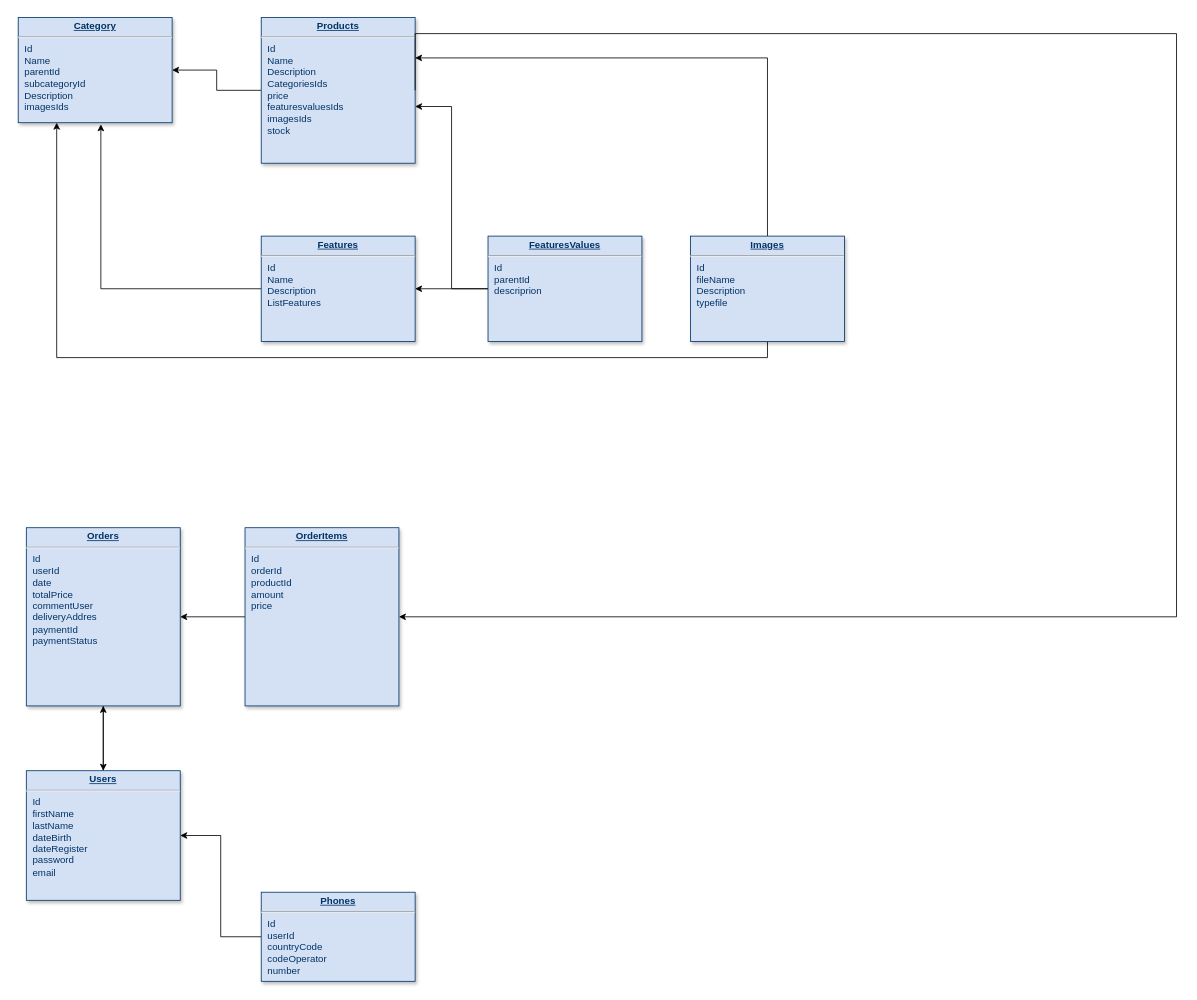
The draw.io diagram Untitled Diagram.drawio in agarheim/php903, before the edit. Source tidied: cells renumbered, new cells numbered last; positions are measured from the earlier drawing's top-left corner, leaving out a move shared by most shapes. Both pictures are drawn from the tidied source at 81%, with x=0, y=0 at pixel (18, 17).
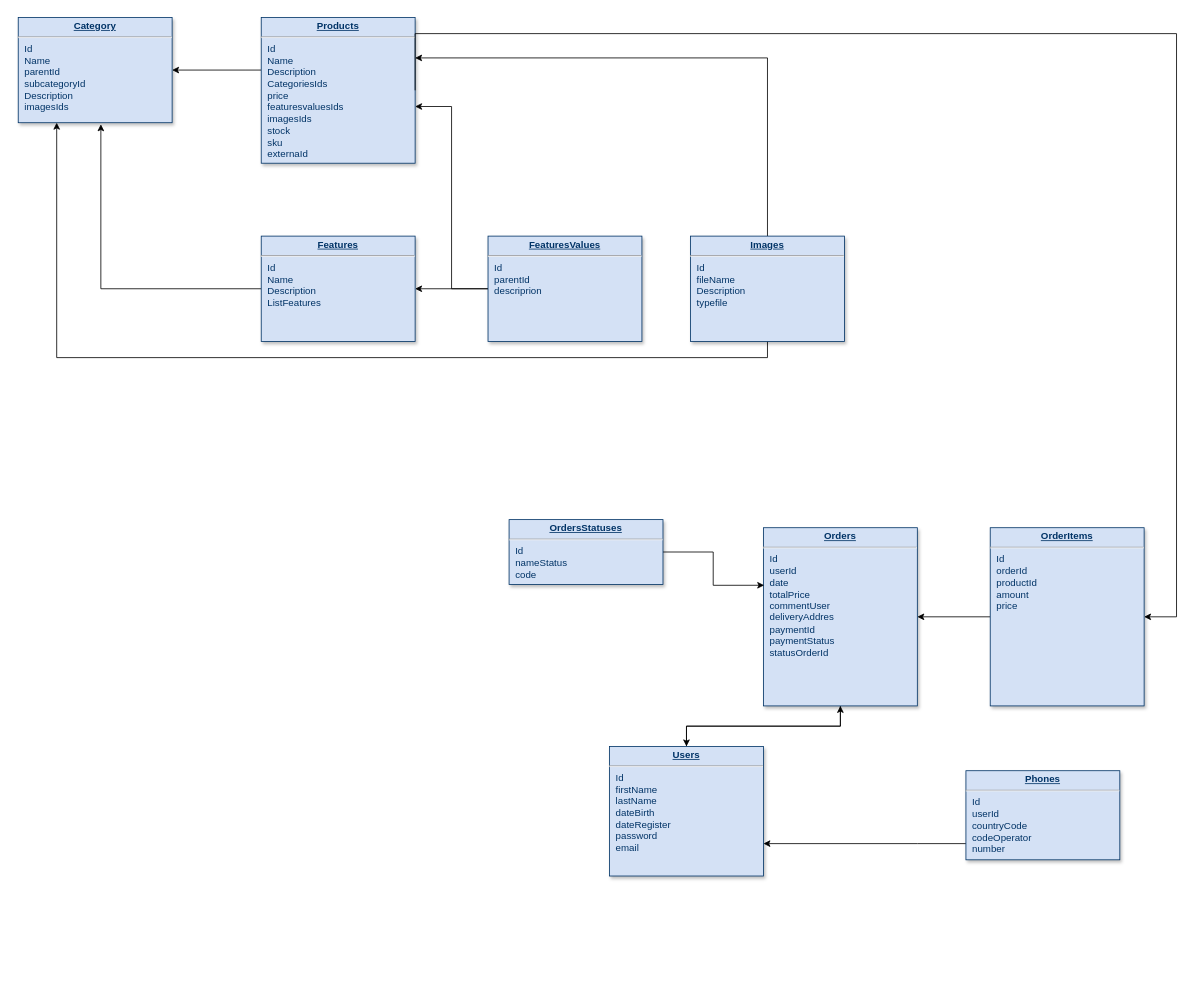
The same page after the edit.

The change refers to these unchanged cells:
```xml
<mxCell id="2" value="&lt;p style=&quot;margin: 0px; margin-top: 4px; text-align: center; text-decoration: underline;&quot;&gt;&lt;strong&gt;Category&lt;/strong&gt;&lt;/p&gt;&lt;hr&gt;&lt;p style=&quot;margin: 0px; margin-left: 8px;&quot;&gt;Id&lt;/p&gt;&lt;p style=&quot;margin: 0px; margin-left: 8px;&quot;&gt;Name&lt;/p&gt;&lt;p style=&quot;margin: 0px; margin-left: 8px;&quot;&gt;parentId&lt;/p&gt;&lt;p style=&quot;margin: 0px; margin-left: 8px;&quot;&gt;subcategoryId&lt;/p&gt;&lt;p style=&quot;margin: 0px; margin-left: 8px;&quot;&gt;Description&lt;/p&gt;&lt;p style=&quot;margin: 0px; margin-left: 8px;&quot;&gt;imagesIds&lt;/p&gt;" style="verticalAlign=top;align=left;overflow=fill;fontSize=12;fontFamily=Helvetica;html=1;strokeColor=#003366;shadow=1;fillColor=#D4E1F5;fontColor=#003366;direction=south;" parent="1" vertex="1">
  <mxGeometry width="190" height="130" as="geometry" />
</mxCell>
```

The edit, as a diff of the source:
```diff
@@
     <mxCell id="3" style="edgeStyle=orthogonalEdgeStyle;rounded=0;jettySize=auto;html=1;" parent="1" edge="1" source="5" target="2">
-      <mxGeometry relative="1" as="geometry" />
+      <mxGeometry relative="1" as="geometry">
+        <Array as="points">
+          <mxPoint x="280" y="65" />
+          <mxPoint x="280" y="65" />
+        </Array>
+      </mxGeometry>
     </mxCell>
@@
-    <mxCell id="5" value="&lt;p style=&quot;margin: 0px; margin-top: 4px; text-align: center; text-decoration: underline;&quot;&gt;&lt;b&gt;Products&lt;/b&gt;&lt;/p&gt;&lt;hr&gt;&lt;p style=&quot;margin: 0px; margin-left: 8px;&quot;&gt;Id&lt;/p&gt;&lt;p style=&quot;margin: 0px; margin-left: 8px;&quot;&gt;Name&lt;/p&gt;&lt;p style=&quot;margin: 0px; margin-left: 8px;&quot;&gt;&lt;span style=&quot;background-color: initial;&quot;&gt;Description&lt;/span&gt;&lt;br&gt;&lt;/p&gt;&lt;p style=&quot;margin: 0px; margin-left: 8px;&quot;&gt;CategoriesIds&lt;/p&gt;&lt;p style=&quot;margin: 0px; margin-left: 8px;&quot;&gt;price&lt;/p&gt;&lt;p style=&quot;margin: 0px; margin-left: 8px;&quot;&gt;featuresvaluesIds&lt;/p&gt;&lt;p style=&quot;margin: 0px; margin-left: 8px;&quot;&gt;imagesIds&lt;/p&gt;&lt;p style=&quot;margin: 0px; margin-left: 8px;&quot;&gt;stock&lt;/p&gt;&lt;p style=&quot;margin: 0px; margin-left: 8px;&quot;&gt;&lt;br&gt;&lt;/p&gt;&lt;p style=&quot;margin: 0px; margin-left: 8px;&quot;&gt;&lt;br&gt;&lt;/p&gt;" style="verticalAlign=top;align=left;overflow=fill;fontSize=12;fontFamily=Helvetica;html=1;strokeColor=#003366;shadow=1;fillColor=#D4E1F5;fontColor=#003366;direction=south;" parent="1" vertex="1">
+    <mxCell id="5" value="&lt;p style=&quot;margin: 0px; margin-top: 4px; text-align: center; text-decoration: underline;&quot;&gt;&lt;b&gt;Products&lt;/b&gt;&lt;/p&gt;&lt;hr&gt;&lt;p style=&quot;margin: 0px; margin-left: 8px;&quot;&gt;Id&lt;/p&gt;&lt;p style=&quot;margin: 0px; margin-left: 8px;&quot;&gt;Name&lt;/p&gt;&lt;p style=&quot;margin: 0px; margin-left: 8px;&quot;&gt;&lt;span style=&quot;background-color: initial;&quot;&gt;Description&lt;/span&gt;&lt;br&gt;&lt;/p&gt;&lt;p style=&quot;margin: 0px; margin-left: 8px;&quot;&gt;CategoriesIds&lt;/p&gt;&lt;p style=&quot;margin: 0px; margin-left: 8px;&quot;&gt;price&lt;/p&gt;&lt;p style=&quot;margin: 0px; margin-left: 8px;&quot;&gt;featuresvaluesIds&lt;/p&gt;&lt;p style=&quot;margin: 0px; margin-left: 8px;&quot;&gt;imagesIds&lt;/p&gt;&lt;p style=&quot;margin: 0px; margin-left: 8px;&quot;&gt;stock&lt;/p&gt;&lt;p style=&quot;margin: 0px; margin-left: 8px;&quot;&gt;sku&lt;/p&gt;&lt;p style=&quot;margin: 0px; margin-left: 8px;&quot;&gt;externaId&lt;/p&gt;&lt;p style=&quot;margin: 0px; margin-left: 8px;&quot;&gt;&lt;br&gt;&lt;/p&gt;" style="verticalAlign=top;align=left;overflow=fill;fontSize=12;fontFamily=Helvetica;html=1;strokeColor=#003366;shadow=1;fillColor=#D4E1F5;fontColor=#003366;direction=south;" parent="1" vertex="1">
       <mxGeometry x="300" width="190" height="180" as="geometry" />
     </mxCell>
@@
-    <mxCell id="13" value="&lt;p style=&quot;margin: 0px; margin-top: 4px; text-align: center; text-decoration: underline;&quot;&gt;&lt;b&gt;Orders&lt;/b&gt;&lt;/p&gt;&lt;hr&gt;&lt;p style=&quot;margin: 0px; margin-left: 8px;&quot;&gt;Id&lt;/p&gt;&lt;p style=&quot;margin: 0px; margin-left: 8px;&quot;&gt;userId&lt;/p&gt;&lt;p style=&quot;margin: 0px; margin-left: 8px;&quot;&gt;date&lt;/p&gt;&lt;p style=&quot;margin: 0px; margin-left: 8px;&quot;&gt;totalPrice&lt;/p&gt;&lt;p style=&quot;margin: 0px; margin-left: 8px;&quot;&gt;commentUser&lt;/p&gt;&lt;p style=&quot;margin: 0px; margin-left: 8px;&quot;&gt;deliveryAddres&lt;/p&gt;&lt;p style=&quot;margin: 0px; margin-left: 8px;&quot;&gt;paymentId&lt;/p&gt;&lt;p style=&quot;margin: 0px; margin-left: 8px;&quot;&gt;paymentStatus&lt;/p&gt;&lt;p style=&quot;margin: 0px; margin-left: 8px;&quot;&gt;&lt;br&gt;&lt;/p&gt;" style="verticalAlign=top;align=left;overflow=fill;fontSize=12;fontFamily=Helvetica;html=1;strokeColor=#003366;shadow=1;fillColor=#D4E1F5;fontColor=#003366;direction=south;" parent="1" vertex="1">
-      <mxGeometry x="10" y="630" width="190" height="220" as="geometry" />
+    <mxCell id="13" value="&lt;p style=&quot;margin: 0px; margin-top: 4px; text-align: center; text-decoration: underline;&quot;&gt;&lt;b&gt;Orders&lt;/b&gt;&lt;/p&gt;&lt;hr&gt;&lt;p style=&quot;margin: 0px; margin-left: 8px;&quot;&gt;Id&lt;/p&gt;&lt;p style=&quot;margin: 0px; margin-left: 8px;&quot;&gt;userId&lt;/p&gt;&lt;p style=&quot;margin: 0px; margin-left: 8px;&quot;&gt;date&lt;/p&gt;&lt;p style=&quot;margin: 0px; margin-left: 8px;&quot;&gt;totalPrice&lt;/p&gt;&lt;p style=&quot;margin: 0px; margin-left: 8px;&quot;&gt;commentUser&lt;/p&gt;&lt;p style=&quot;margin: 0px; margin-left: 8px;&quot;&gt;deliveryAddres&lt;/p&gt;&lt;p style=&quot;margin: 0px; margin-left: 8px;&quot;&gt;paymentId&lt;/p&gt;&lt;p style=&quot;margin: 0px; margin-left: 8px;&quot;&gt;paymentStatus&lt;/p&gt;&lt;p style=&quot;margin: 0px; margin-left: 8px;&quot;&gt;statusOrderId&lt;/p&gt;" style="verticalAlign=top;align=left;overflow=fill;fontSize=12;fontFamily=Helvetica;html=1;strokeColor=#003366;shadow=1;fillColor=#D4E1F5;fontColor=#003366;direction=south;" parent="1" vertex="1">
+      <mxGeometry x="920" y="630" width="190" height="220" as="geometry" />
     </mxCell>
@@
     <mxCell id="15" value="&lt;p style=&quot;margin: 0px; margin-top: 4px; text-align: center; text-decoration: underline;&quot;&gt;&lt;b&gt;OrderItems&lt;/b&gt;&lt;/p&gt;&lt;hr&gt;&lt;p style=&quot;margin: 0px; margin-left: 8px;&quot;&gt;Id&lt;/p&gt;&lt;p style=&quot;margin: 0px; margin-left: 8px;&quot;&gt;orderId&lt;/p&gt;&lt;p style=&quot;margin: 0px; margin-left: 8px;&quot;&gt;productId&lt;/p&gt;&lt;p style=&quot;margin: 0px; margin-left: 8px;&quot;&gt;amount&lt;/p&gt;&lt;p style=&quot;margin: 0px; margin-left: 8px;&quot;&gt;price&lt;/p&gt;&lt;p style=&quot;margin: 0px; margin-left: 8px;&quot;&gt;&lt;br&gt;&lt;/p&gt;&lt;p style=&quot;margin: 0px; margin-left: 8px;&quot;&gt;&lt;br&gt;&lt;/p&gt;&lt;p style=&quot;margin: 0px; margin-left: 8px;&quot;&gt;&lt;br&gt;&lt;/p&gt;" style="verticalAlign=top;align=left;overflow=fill;fontSize=12;fontFamily=Helvetica;html=1;strokeColor=#003366;shadow=1;fillColor=#D4E1F5;fontColor=#003366;direction=south;" parent="1" vertex="1">
-      <mxGeometry x="280" y="630" width="190" height="220" as="geometry" />
+      <mxGeometry x="1200" y="630" width="190" height="220" as="geometry" />
     </mxCell>
@@
-    <mxCell id="17" style="edgeStyle=orthogonalEdgeStyle;rounded=0;jettySize=auto;html=1;" parent="1" edge="1" source="21" target="18">
-      <mxGeometry relative="1" as="geometry" />
+    <mxCell id="17" style="edgeStyle=orthogonalEdgeStyle;rounded=0;jettySize=auto;html=1;entryX=0.75;entryY=0;entryDx=0;entryDy=0;" parent="1" edge="1" source="21" target="18">
+      <mxGeometry relative="1" as="geometry">
+        <Array as="points">
+          <mxPoint x="1110" y="1020" />
+          <mxPoint x="1110" y="1020" />
+        </Array>
+      </mxGeometry>
     </mxCell>
     <mxCell id="18" value="&lt;p style=&quot;margin: 0px; margin-top: 4px; text-align: center; text-decoration: underline;&quot;&gt;&lt;b&gt;Users&lt;/b&gt;&lt;/p&gt;&lt;hr&gt;&lt;p style=&quot;margin: 0px; margin-left: 8px;&quot;&gt;Id&lt;/p&gt;&lt;p style=&quot;margin: 0px; margin-left: 8px;&quot;&gt;firstName&lt;/p&gt;&lt;p style=&quot;margin: 0px; margin-left: 8px;&quot;&gt;lastName&lt;/p&gt;&lt;p style=&quot;margin: 0px; margin-left: 8px;&quot;&gt;dateBirth&lt;/p&gt;&lt;p style=&quot;margin: 0px; margin-left: 8px;&quot;&gt;dateRegister&lt;/p&gt;&lt;p style=&quot;margin: 0px; margin-left: 8px;&quot;&gt;password&lt;/p&gt;&lt;p style=&quot;margin: 0px; margin-left: 8px;&quot;&gt;email&lt;/p&gt;&lt;p style=&quot;margin: 0px; margin-left: 8px;&quot;&gt;&lt;br&gt;&lt;/p&gt;" style="verticalAlign=top;align=left;overflow=fill;fontSize=12;fontFamily=Helvetica;html=1;strokeColor=#003366;shadow=1;fillColor=#D4E1F5;fontColor=#003366;direction=south;" parent="1" vertex="1">
-      <mxGeometry x="10" y="930" width="190" height="160" as="geometry" />
+      <mxGeometry x="730" y="900" width="190" height="160" as="geometry" />
     </mxCell>
@@
     <mxCell id="21" value="&lt;p style=&quot;margin: 0px; margin-top: 4px; text-align: center; text-decoration: underline;&quot;&gt;&lt;b&gt;Phones&lt;/b&gt;&lt;/p&gt;&lt;hr&gt;&lt;p style=&quot;margin: 0px; margin-left: 8px;&quot;&gt;Id&lt;/p&gt;&lt;p style=&quot;margin: 0px; margin-left: 8px;&quot;&gt;userId&lt;/p&gt;&lt;p style=&quot;margin: 0px; margin-left: 8px;&quot;&gt;countryCode&lt;/p&gt;&lt;p style=&quot;margin: 0px; margin-left: 8px;&quot;&gt;codeOperator&lt;/p&gt;&lt;p style=&quot;margin: 0px; margin-left: 8px;&quot;&gt;number&lt;/p&gt;&lt;p style=&quot;margin: 0px; margin-left: 8px;&quot;&gt;&lt;br&gt;&lt;/p&gt;" style="verticalAlign=top;align=left;overflow=fill;fontSize=12;fontFamily=Helvetica;html=1;strokeColor=#003366;shadow=1;fillColor=#D4E1F5;fontColor=#003366;direction=south;" parent="1" vertex="1">
-      <mxGeometry x="300" y="1080" width="190" height="110" as="geometry" />
+      <mxGeometry x="1170" y="930" width="190" height="110" as="geometry" />
     </mxCell>
+    <mxCell id="22" style="edgeStyle=orthogonalEdgeStyle;rounded=0;jettySize=auto;html=1;entryX=0.323;entryY=0.995;entryDx=0;entryDy=0;entryPerimeter=0;" parent="1" edge="1" source="23" target="13">
+      <mxGeometry relative="1" as="geometry" />
+    </mxCell>
+    <mxCell id="23" value="&lt;p style=&quot;margin: 0px; margin-top: 4px; text-align: center; text-decoration: underline;&quot;&gt;&lt;b&gt;OrdersStatuses&lt;/b&gt;&lt;/p&gt;&lt;hr&gt;&lt;p style=&quot;margin: 0px; margin-left: 8px;&quot;&gt;Id&lt;/p&gt;&lt;p style=&quot;margin: 0px; margin-left: 8px;&quot;&gt;nameStatus&lt;/p&gt;&lt;p style=&quot;margin: 0px; margin-left: 8px;&quot;&gt;code&lt;/p&gt;" style="verticalAlign=top;align=left;overflow=fill;fontSize=12;fontFamily=Helvetica;html=1;strokeColor=#003366;shadow=1;fillColor=#D4E1F5;fontColor=#003366;direction=south;" parent="1" vertex="1">
+      <mxGeometry x="606" y="620" width="190" height="80" as="geometry" />
+    </mxCell>
```
